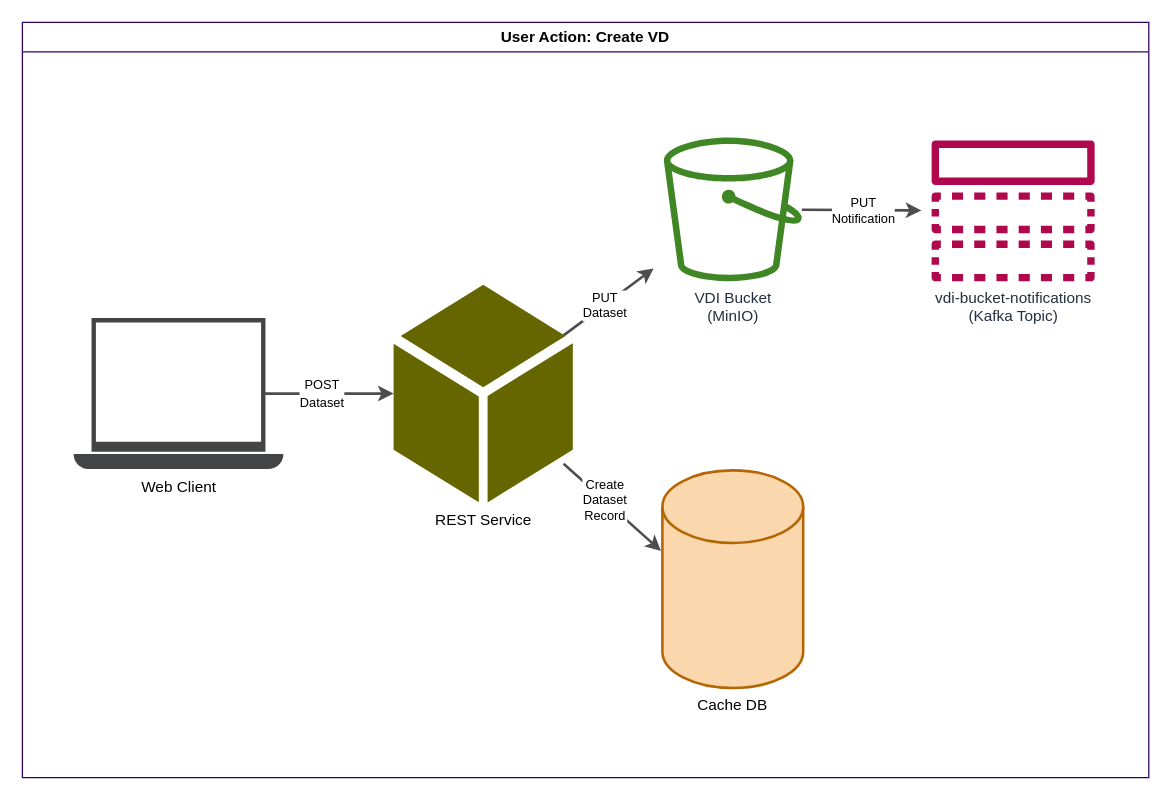
VEuPathDB/VDI keeps this draw.io diagram as page "user-action-create" (3 of 10) of docs/design/1.0/diagrams/vdi.drawio. Above is the earlier version. Source tidied: cells renumbered, new cells numbered last; positions are measured from the earlier drawing's top-left corner, leaving out a move shared by most shapes. Both pictures are drawn from the tidied source at 128%, with x=0, y=0 at pixel (22, 22).
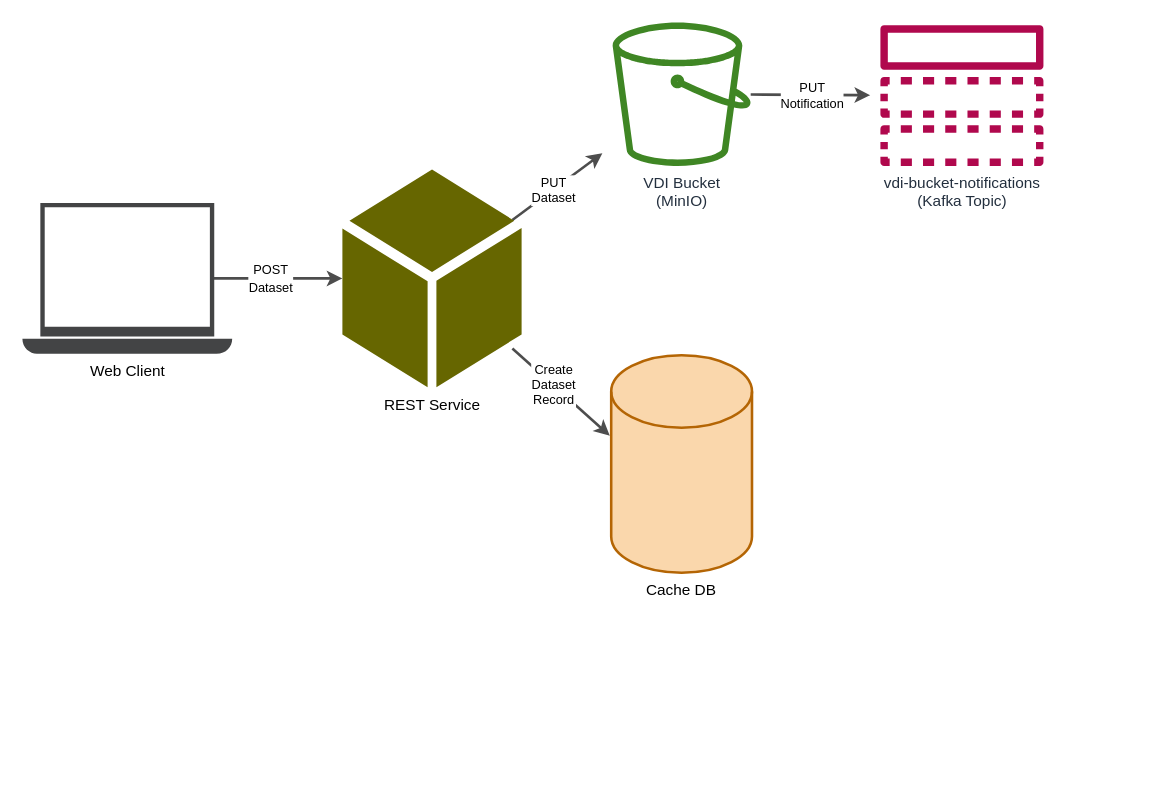
The same page after the edit.

Change to the diagram source:
```diff
@@
 <mxGraphModel>
   <root>
     <mxCell id="0" />
     <mxCell id="1" parent="0" />
-    <mxCell id="2" value="User Action: Create VD" style="swimlane;whiteSpace=wrap;html=1;strokeColor=#330066;" parent="1" vertex="1">
-      <mxGeometry width="880" height="590" as="geometry" />
-    </mxCell>
-    <mxCell id="3" style="edgeStyle=none;rounded=0;orthogonalLoop=1;jettySize=auto;html=1;strokeColor=#4D4D4D;strokeWidth=2;targetPerimeterSpacing=8;" parent="2" edge="1">
-      <mxGeometry relative="1" as="geometry">
-        <mxPoint x="189" y="290" as="sourcePoint" />
-        <mxPoint x="290" y="290" as="targetPoint" />
-      </mxGeometry>
-    </mxCell>
+    <mxCell id="16" style="edgeStyle=none;rounded=0;orthogonalLoop=1;jettySize=auto;html=1;strokeColor=#4D4D4D;strokeWidth=2;targetPerimeterSpacing=8;" parent="1" edge="1">
+      <mxGeometry relative="1" as="geometry">
+        <mxPoint x="149" y="200" as="sourcePoint" />
+        <mxPoint x="250" y="200" as="targetPoint" />
+      </mxGeometry>
+    </mxCell>
-    <mxCell id="4" value="&lt;div&gt;&lt;font style=&quot;font-size: 10px;&quot;&gt;&lt;font style=&quot;font-size: 9px;&quot;&gt;&lt;font style=&quot;font-size: 10px;&quot;&gt;POST&lt;/font&gt;&lt;/font&gt;&lt;/font&gt;&lt;/div&gt;&lt;div&gt;&lt;font style=&quot;font-size: 10px;&quot;&gt;&lt;font style=&quot;font-size: 9px;&quot;&gt;&lt;font style=&quot;font-size: 10px;&quot;&gt;Dataset&lt;br&gt;&lt;/font&gt;&lt;/font&gt;&lt;/font&gt;&lt;/div&gt;" style="edgeLabel;html=1;align=center;verticalAlign=middle;" parent="3" vertex="1">
+    <mxCell id="4" value="&lt;div&gt;&lt;font style=&quot;font-size: 10px;&quot;&gt;&lt;font style=&quot;font-size: 9px;&quot;&gt;&lt;font style=&quot;font-size: 10px;&quot;&gt;POST&lt;/font&gt;&lt;/font&gt;&lt;/font&gt;&lt;/div&gt;&lt;div&gt;&lt;font style=&quot;font-size: 10px;&quot;&gt;&lt;font style=&quot;font-size: 9px;&quot;&gt;&lt;font style=&quot;font-size: 10px;&quot;&gt;Dataset&lt;br&gt;&lt;/font&gt;&lt;/font&gt;&lt;/font&gt;&lt;/div&gt;" style="edgeLabel;html=1;align=center;verticalAlign=middle;" parent="16" vertex="1">
       <mxGeometry x="-0.13" y="1" relative="1" as="geometry" />
     </mxCell>
-    <mxCell id="5" value="Web Client" style="sketch=0;shadow=0;dashed=0;html=1;strokeColor=none;fillColor=#434445;labelPosition=center;verticalLabelPosition=bottom;verticalAlign=top;align=center;shape=mxgraph.vvd.laptop;" parent="2" vertex="1">
-      <mxGeometry x="40" y="231" width="163.9" height="118" as="geometry" />
+    <mxCell id="5" value="Web Client" style="sketch=0;shadow=0;dashed=0;html=1;strokeColor=none;fillColor=#434445;labelPosition=center;verticalLabelPosition=bottom;verticalAlign=top;align=center;shape=mxgraph.vvd.laptop;" parent="1" vertex="1">
+      <mxGeometry y="141" width="163.9" height="118" as="geometry" />
     </mxCell>
-    <mxCell id="6" style="rounded=0;jettySize=auto;html=1;strokeColor=#4D4D4D;strokeWidth=2;targetPerimeterSpacing=8;" parent="2" edge="1" target="13">
-      <mxGeometry relative="1" as="geometry">
-        <mxPoint x="422.8" y="244.5" as="sourcePoint" />
-      </mxGeometry>
-    </mxCell>
+    <mxCell id="17" style="rounded=0;jettySize=auto;html=1;strokeColor=#4D4D4D;strokeWidth=2;targetPerimeterSpacing=8;" parent="1" edge="1" target="13">
+      <mxGeometry relative="1" as="geometry">
+        <mxPoint x="382.8" y="154.4" as="sourcePoint" />
+      </mxGeometry>
+    </mxCell>
-    <mxCell id="7" value="&lt;div&gt;PUT&lt;/div&gt;&lt;div&gt;Dataset&lt;br&gt;&lt;/div&gt;" style="edgeLabel;html=1;align=center;verticalAlign=middle;fontSize=10;" parent="6" vertex="1">
+    <mxCell id="7" value="&lt;div&gt;PUT&lt;/div&gt;&lt;div&gt;Dataset&lt;br&gt;&lt;/div&gt;" style="edgeLabel;html=1;align=center;verticalAlign=middle;fontSize=10;" parent="17" vertex="1">
       <mxGeometry x="-0.08" relative="1" as="geometry" />
     </mxCell>
-    <mxCell id="8" style="edgeStyle=none;rounded=0;jettySize=auto;html=1;entryX=-0.01;entryY=0.37;entryDx=0;entryDy=0;entryPerimeter=0;strokeColor=#4D4D4D;strokeWidth=2;targetPerimeterSpacing=8;" parent="2" edge="1" target="10">
-      <mxGeometry relative="1" as="geometry">
-        <mxPoint x="422.8" y="344.8" as="sourcePoint" />
-      </mxGeometry>
-    </mxCell>
+    <mxCell id="18" style="edgeStyle=none;rounded=0;jettySize=auto;html=1;entryX=-0.01;entryY=0.37;entryDx=0;entryDy=0;entryPerimeter=0;strokeColor=#4D4D4D;strokeWidth=2;targetPerimeterSpacing=8;" parent="1" edge="1" target="10">
+      <mxGeometry relative="1" as="geometry">
+        <mxPoint x="382.8" y="254.8" as="sourcePoint" />
+      </mxGeometry>
+    </mxCell>
-    <mxCell id="9" value="&lt;div&gt;Create&lt;/div&gt;&lt;div&gt;Dataset&lt;/div&gt;&lt;div&gt;Record&lt;br&gt;&lt;/div&gt;" style="edgeLabel;html=1;align=center;verticalAlign=middle;fontSize=10;" parent="8" vertex="1">
+    <mxCell id="9" value="&lt;div&gt;Create&lt;/div&gt;&lt;div&gt;Dataset&lt;/div&gt;&lt;div&gt;Record&lt;br&gt;&lt;/div&gt;" style="edgeLabel;html=1;align=center;verticalAlign=middle;fontSize=10;" parent="18" vertex="1">
       <mxGeometry x="-0.18" y="1" relative="1" as="geometry" />
     </mxCell>
-    <mxCell id="10" value="Cache DB" style="strokeWidth=2;html=1;shape=mxgraph.flowchart.database;whiteSpace=wrap;labelPosition=center;verticalLabelPosition=bottom;align=center;verticalAlign=top;fillColor=#fad7ac;strokeColor=#b46504;" parent="2" vertex="1">
-      <mxGeometry x="500" y="350" width="110" height="170" as="geometry" />
+    <mxCell id="10" value="Cache DB" style="strokeWidth=2;html=1;shape=mxgraph.flowchart.database;whiteSpace=wrap;labelPosition=center;verticalLabelPosition=bottom;align=center;verticalAlign=top;fillColor=#fad7ac;strokeColor=#b46504;" parent="1" vertex="1">
+      <mxGeometry x="460" y="260" width="110" height="170" as="geometry" />
     </mxCell>
-    <mxCell id="11" style="edgeStyle=none;rounded=0;jettySize=auto;html=1;strokeColor=#4D4D4D;strokeWidth=2;targetPerimeterSpacing=8;" parent="2" edge="1" source="13" target="14">
+    <mxCell id="11" style="edgeStyle=none;rounded=0;jettySize=auto;html=1;strokeColor=#4D4D4D;strokeWidth=2;targetPerimeterSpacing=8;" parent="1" edge="1" source="13" target="14">
       <mxGeometry relative="1" as="geometry" />
     </mxCell>
     <mxCell id="12" value="&lt;div&gt;PUT&lt;/div&gt;&lt;div&gt;Notification&lt;br&gt;&lt;/div&gt;" style="edgeLabel;html=1;align=center;verticalAlign=middle;fontSize=10;" parent="11" vertex="1">
       <mxGeometry x="-0.13" relative="1" as="geometry">
         <mxPoint x="7" as="offset" />
       </mxGeometry>
     </mxCell>
-    <mxCell id="13" value="VDI Bucket&lt;br&gt;(MinIO)" style="sketch=0;outlineConnect=0;fontColor=#232F3E;gradientColor=none;fillColor=#3F8624;strokeColor=none;dashed=0;verticalLabelPosition=bottom;verticalAlign=top;align=center;html=1;fontSize=12;fontStyle=0;shape=mxgraph.aws4.bucket;" parent="2" vertex="1">
-      <mxGeometry x="501.1" y="90" width="107.9" height="112.2" as="geometry" />
+    <mxCell id="13" value="VDI Bucket&lt;br&gt;(MinIO)" style="sketch=0;outlineConnect=0;fontColor=#232F3E;gradientColor=none;fillColor=#3F8624;strokeColor=none;dashed=0;verticalLabelPosition=bottom;verticalAlign=top;align=center;html=1;fontSize=12;fontStyle=0;shape=mxgraph.aws4.bucket;" parent="1" vertex="1">
+      <mxGeometry x="461.1" width="107.9" height="112.2" as="geometry" />
     </mxCell>
-    <mxCell id="14" value="vdi-bucket-notifications&lt;br&gt;(Kafka Topic)" style="sketch=0;outlineConnect=0;fontColor=#232F3E;gradientColor=none;fillColor=#B0084D;strokeColor=none;dashed=0;verticalLabelPosition=bottom;verticalAlign=top;align=center;html=1;fontSize=12;fontStyle=0;shape=mxgraph.aws4.topic;" parent="2" vertex="1">
-      <mxGeometry x="710" y="92.3" width="128" height="110" as="geometry" />
+    <mxCell id="14" value="vdi-bucket-notifications&lt;br&gt;(Kafka Topic)" style="sketch=0;outlineConnect=0;fontColor=#232F3E;gradientColor=none;fillColor=#B0084D;strokeColor=none;dashed=0;verticalLabelPosition=bottom;verticalAlign=top;align=center;html=1;fontSize=12;fontStyle=0;shape=mxgraph.aws4.topic;" parent="1" vertex="1">
+      <mxGeometry x="670" y="2.2" width="128" height="110" as="geometry" />
     </mxCell>
-    <mxCell id="15" value="REST Service" style="sketch=0;shadow=0;dashed=0;html=1;strokeColor=none;fillColor=#666600;labelPosition=center;verticalLabelPosition=bottom;verticalAlign=top;align=center;shape=mxgraph.office.concepts.node_generic;" parent="2" vertex="1">
-      <mxGeometry x="290" y="205" width="140" height="170" as="geometry" />
+    <mxCell id="15" value="REST Service" style="sketch=0;shadow=0;dashed=0;html=1;strokeColor=none;fillColor=#666600;labelPosition=center;verticalLabelPosition=bottom;verticalAlign=top;align=center;shape=mxgraph.office.concepts.node_generic;" parent="1" vertex="1">
+      <mxGeometry x="250" y="115" width="140" height="170" as="geometry" />
     </mxCell>
   </root>
 </mxGraphModel>
```
